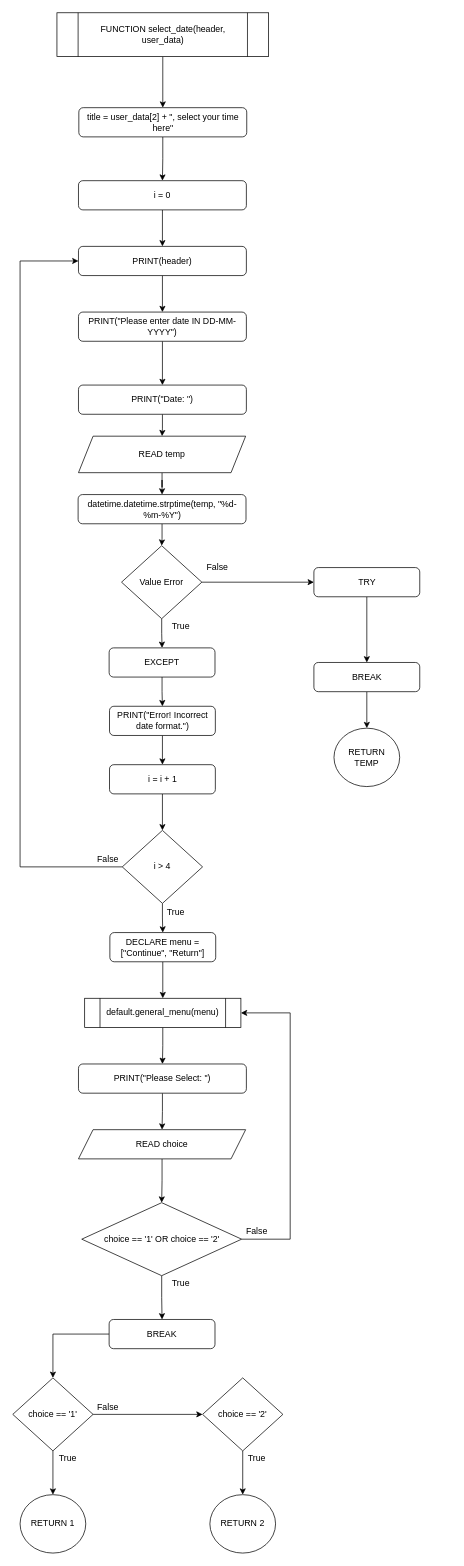
Before: Flowchart/clients/select_date.drawio in RabbitBear00/Car-Rental-System, a draw.io diagram. Source tidied: cells renumbered, new cells numbered last; positions are measured from the earlier drawing's top-left corner, leaving out a move shared by most shapes. Both pictures are drawn from the tidied source at 73%, with x=0, y=0 at pixel (12, 12).
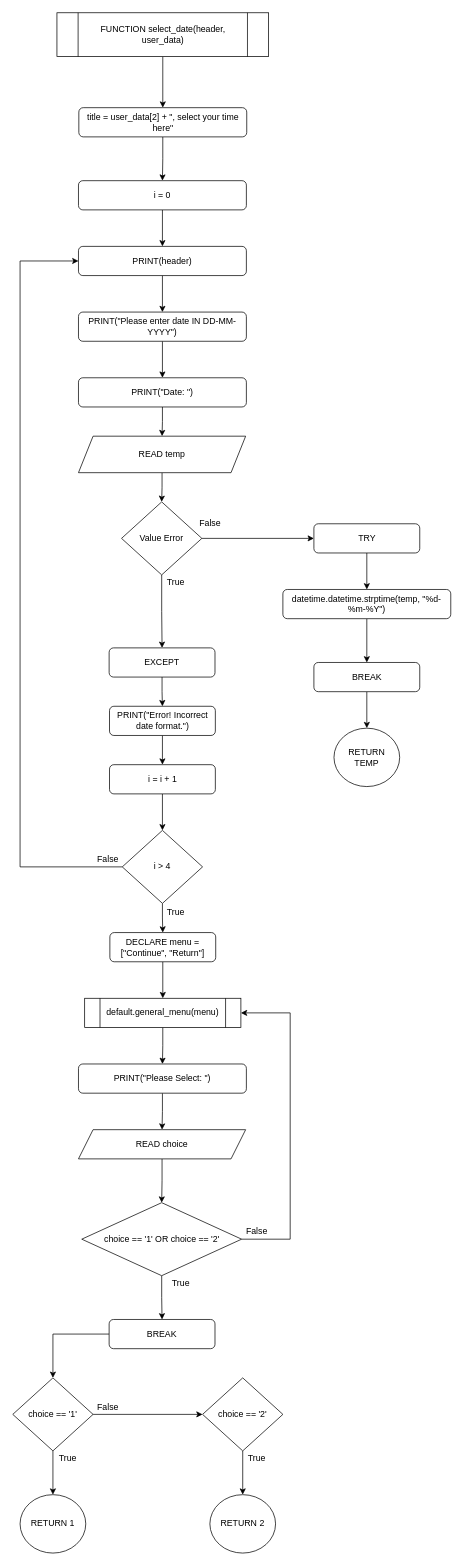
The same page after the edit.

Unchanged cells that the change refers to:
```xml
<mxCell id="13" value="READ temp" style="shape=parallelogram;perimeter=parallelogramPerimeter;whiteSpace=wrap;html=1;fixedSize=1;" parent="1" vertex="1">
  <mxGeometry x="90" y="580" width="229" height="50" as="geometry" />
</mxCell>
<mxCell id="20" value="BREAK" style="rounded=1;whiteSpace=wrap;html=1;" parent="1" vertex="1">
  <mxGeometry x="412.5" y="890" width="145" height="40" as="geometry" />
</mxCell>
```

The edit, as a diff of the source:
```diff
@@
     <mxCell id="11" value="PRINT(&quot;Date: &quot;)" style="rounded=1;whiteSpace=wrap;html=1;" parent="1" vertex="1">
-      <mxGeometry x="90" y="510" width="230" height="40" as="geometry" />
+      <mxGeometry x="90" y="500" width="230" height="40" as="geometry" />
     </mxCell>
-    <mxCell id="12" style="edgeStyle=orthogonalEdgeStyle;rounded=0;jettySize=auto;html=1;" parent="1" edge="1" source="13" target="61">
-      <mxGeometry relative="1" as="geometry" />
-    </mxCell>
+    <mxCell id="64" style="edgeStyle=orthogonalEdgeStyle;rounded=0;jettySize=auto;html=1;entryX=0.5;entryY=0;entryDx=0;entryDy=0;" parent="1" edge="1" source="13" target="16">
+      <mxGeometry relative="1" as="geometry" />
+    </mxCell>
@@
-    <mxCell id="15" style="edgeStyle=orthogonalEdgeStyle;rounded=0;jettySize=auto;html=1;" parent="1" edge="1" source="16" target="24">
+    <mxCell id="15" style="edgeStyle=orthogonalEdgeStyle;rounded=0;jettySize=auto;html=1;entryX=0;entryY=0.5;entryDx=0;entryDy=0;" parent="1" edge="1" source="16" target="24">
       <mxGeometry relative="1" as="geometry" />
     </mxCell>
     <mxCell id="16" value="Value Error" style="rhombus;whiteSpace=wrap;html=1;" parent="1" vertex="1">
-      <mxGeometry x="149" y="730" width="110" height="100" as="geometry" />
+      <mxGeometry x="149" y="670" width="110" height="100" as="geometry" />
     </mxCell>
@@
     <mxCell id="21" value="True" style="text;html=1;align=center;verticalAlign=middle;strokeColor=none;" parent="1" vertex="1">
-      <mxGeometry x="210" y="830" width="40" height="20" as="geometry" />
+      <mxGeometry x="203" y="770" width="40" height="20" as="geometry" />
     </mxCell>
     <mxCell id="22" value="False" style="text;html=1;align=center;verticalAlign=middle;strokeColor=none;" parent="1" vertex="1">
-      <mxGeometry x="260" y="750" width="40" height="20" as="geometry" />
+      <mxGeometry x="250" y="690" width="40" height="20" as="geometry" />
     </mxCell>
-    <mxCell id="23" style="edgeStyle=orthogonalEdgeStyle;rounded=0;jettySize=auto;html=1;entryX=0.5;entryY=0;entryDx=0;entryDy=0;" parent="1" edge="1" source="24" target="20">
-      <mxGeometry relative="1" as="geometry" />
-    </mxCell>
+    <mxCell id="65" style="edgeStyle=orthogonalEdgeStyle;rounded=0;jettySize=auto;html=1;entryX=0.5;entryY=0;entryDx=0;entryDy=0;" parent="1" edge="1" source="24" target="61">
+      <mxGeometry relative="1" as="geometry" />
+    </mxCell>
     <mxCell id="24" value="TRY" style="rounded=1;whiteSpace=wrap;html=1;" parent="1" vertex="1">
-      <mxGeometry x="412.5" y="760" width="145" height="40" as="geometry" />
+      <mxGeometry x="412.5" y="700" width="145" height="40" as="geometry" />
     </mxCell>
@@
-    <mxCell id="60" style="edgeStyle=orthogonalEdgeStyle;rounded=0;jettySize=auto;html=1;" parent="1" edge="1" source="61" target="16">
-      <mxGeometry relative="1" as="geometry" />
-    </mxCell>
-    <mxCell id="61" value="datetime.datetime.strptime(temp, &quot;%d-%m-%Y&quot;)" style="rounded=1;whiteSpace=wrap;html=1;" parent="1" vertex="1">
-      <mxGeometry x="89.5" y="660" width="230" height="40" as="geometry" />
-    </mxCell>
@@
+    <mxCell id="66" style="edgeStyle=orthogonalEdgeStyle;rounded=0;jettySize=auto;html=1;entryX=0.5;entryY=0;entryDx=0;entryDy=0;" parent="1" edge="1" source="61" target="20">
+      <mxGeometry relative="1" as="geometry" />
+    </mxCell>
+    <mxCell id="61" value="datetime.datetime.strptime(temp, &quot;%d-%m-%Y&quot;)" style="rounded=1;whiteSpace=wrap;html=1;" parent="1" vertex="1">
+      <mxGeometry x="370" y="790" width="230" height="40" as="geometry" />
+    </mxCell>
```
